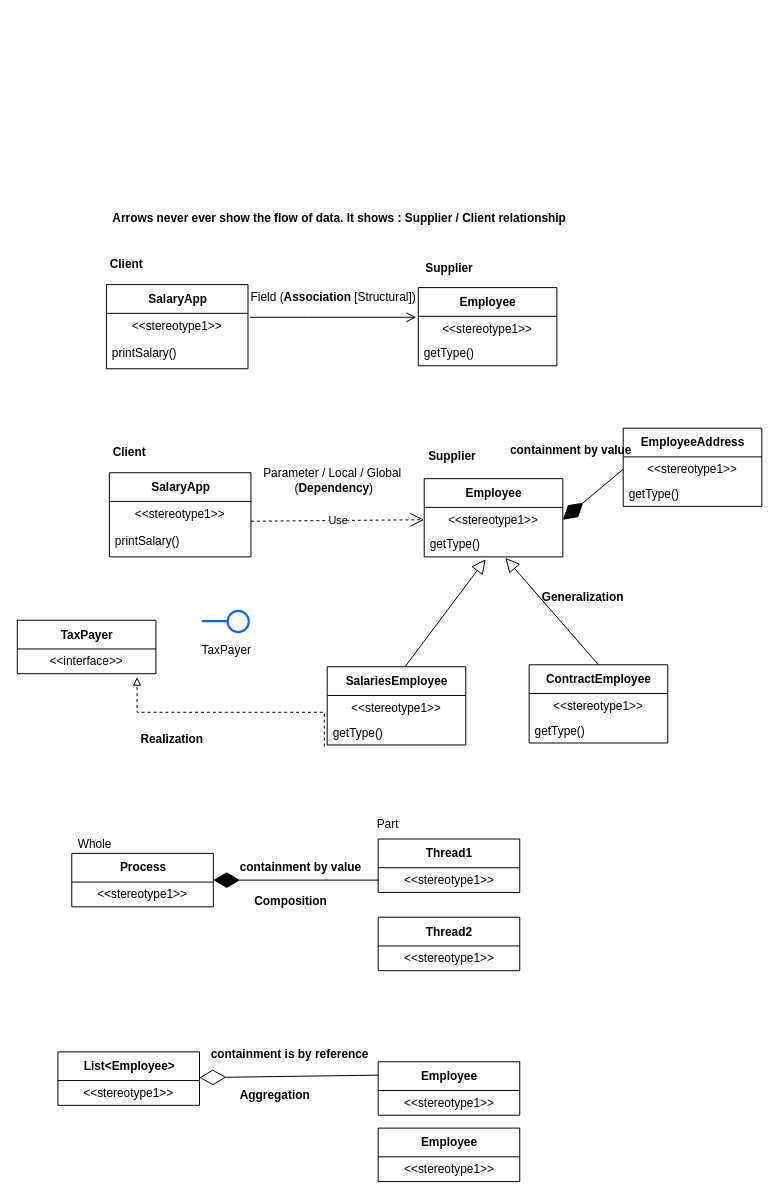
p-killer/Boa-Design-Pattern keeps this draw.io diagram as page "Relationships" (1 of 5) of design-patterns.drawio. Above is the earlier version. Source tidied: cells renumbered, new cells numbered last; positions are measured from the earlier drawing's top-left corner, leaving out a move shared by most shapes. Both pictures are drawn from the tidied source at 99%, with x=0, y=0 at pixel (17, 205).
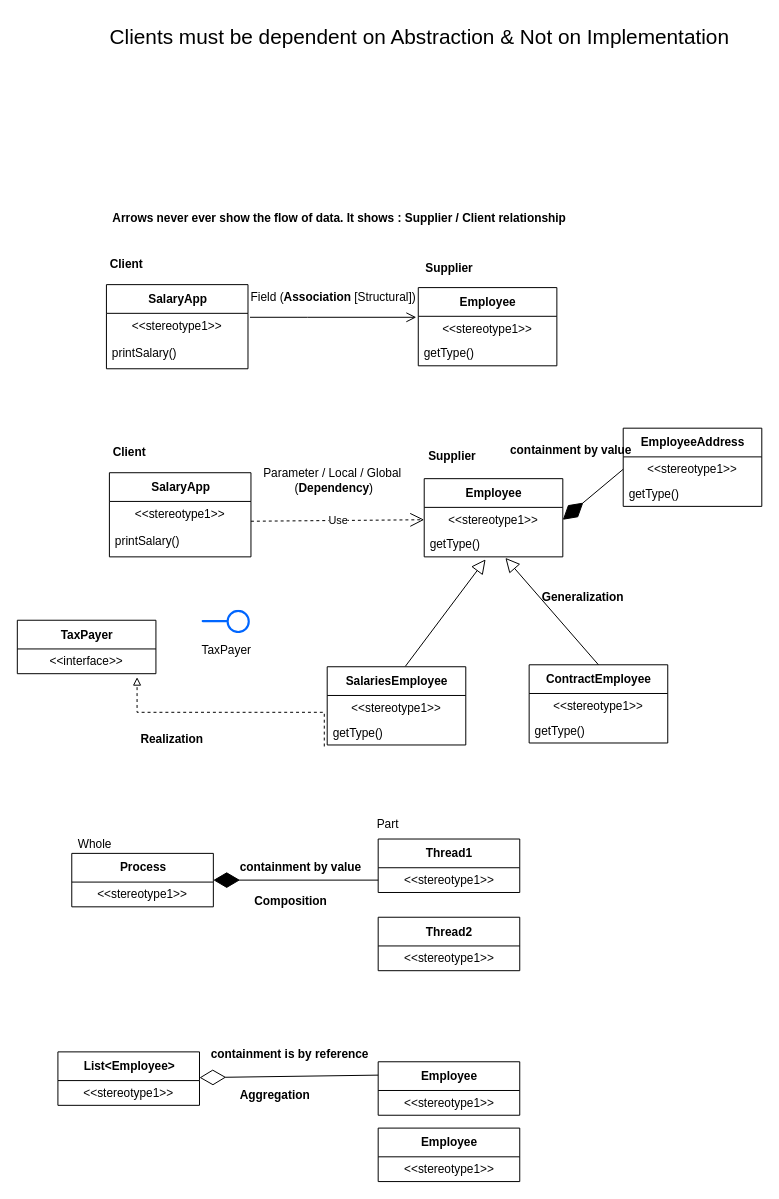
After the change.

Change to the diagram source:
```diff
@@
+    <mxCell id="62" value="Clients must be dependent on Abstraction &amp;amp; Not on Implementation" style="text;html=1;align=center;verticalAlign=middle;strokeColor=none;fillColor=none;fontSize=21;" parent="1" vertex="1">
+      <mxGeometry x="84" y="-190" width="644" height="37" as="geometry" />
+    </mxCell>
```
